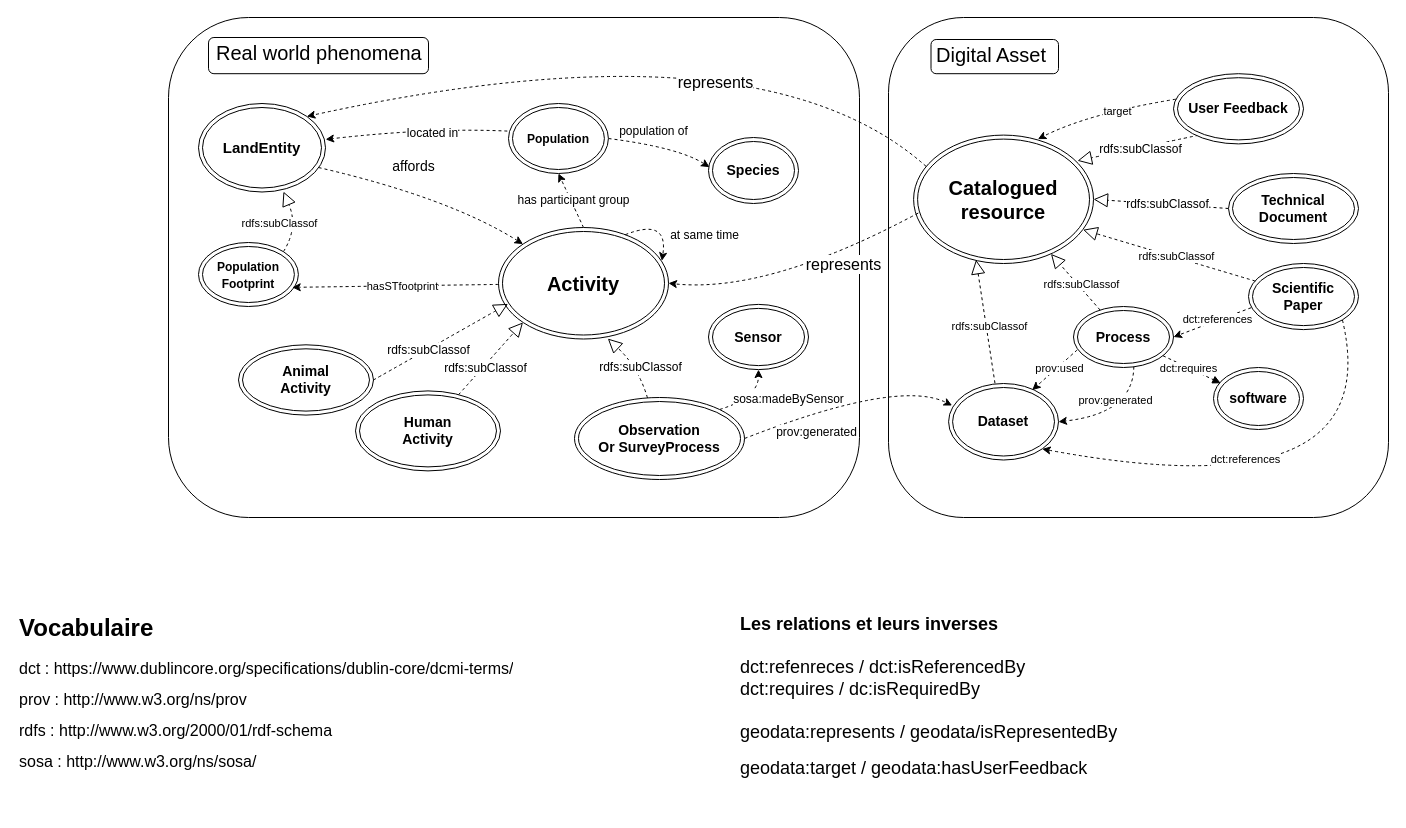
Above: page "Schema principal" (1 of 3) of docs/diagrams/model_KG_article_long.drawio in IntForOut/outdoorPressure (draw.io), before the change. Source tidied: cells renumbered, new cells numbered last; positions are measured from the earlier drawing's top-left corner, leaving out a move shared by most shapes. Both pictures are drawn from the tidied source at 100%, with x=0, y=0 at pixel (17, 17).
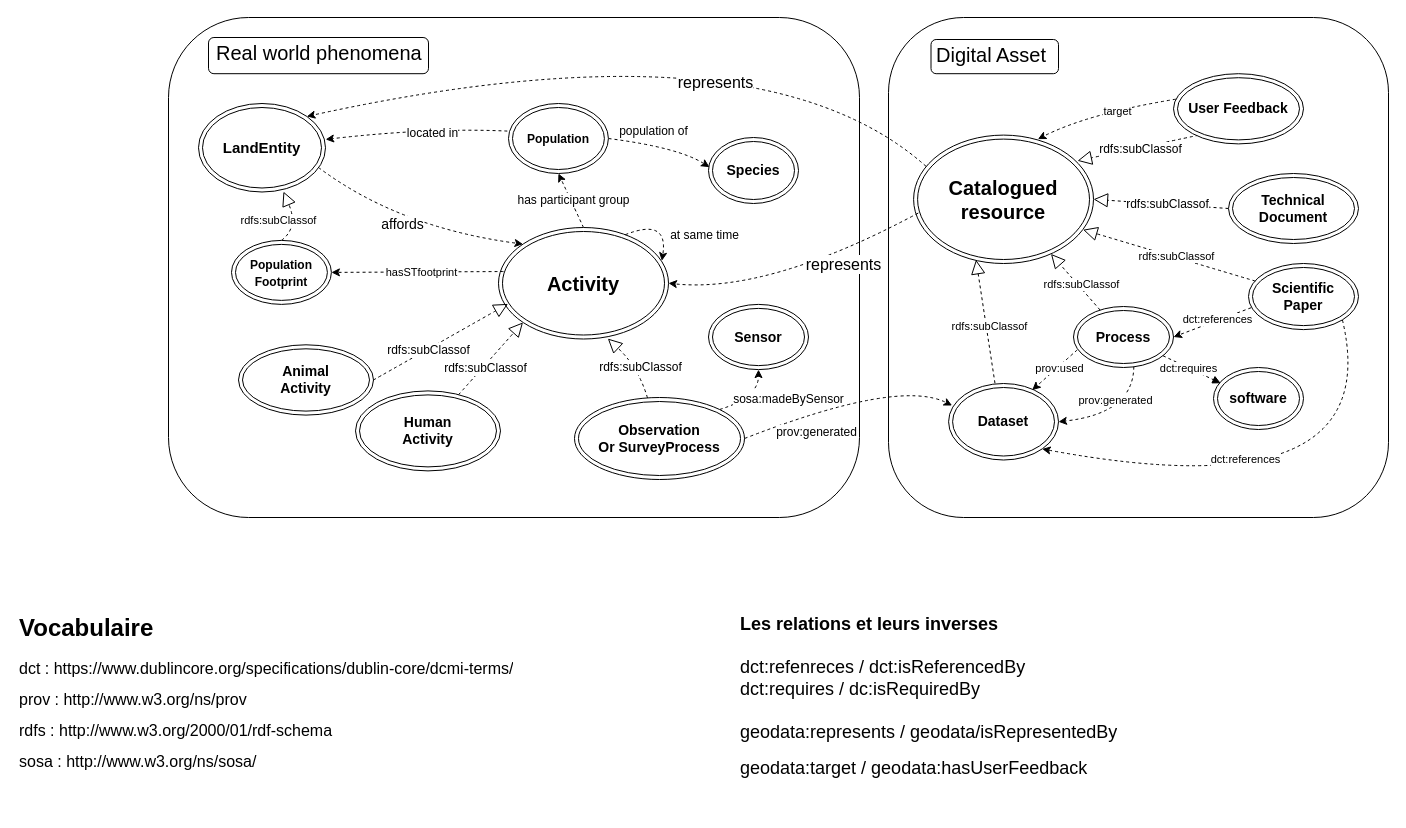
Above is the later version.

The change refers to these unchanged cells:
```xml
<mxCell id="18" value="&lt;b&gt;&lt;font style=&quot;font-size: 15px;&quot;&gt;LandEntity&lt;/font&gt;&lt;/b&gt;" style="ellipse;shape=doubleEllipse;whiteSpace=wrap;html=1;fontSize=14;" parent="1" vertex="1">
  <mxGeometry x="181" y="86" width="127" height="88.5" as="geometry" />
</mxCell>
<mxCell id="21" value="&lt;b&gt;&lt;font style=&quot;font-size: 20px;&quot;&gt;Activity&lt;/font&gt;&lt;/b&gt;" style="ellipse;shape=doubleEllipse;whiteSpace=wrap;html=1;fontSize=14;" parent="1" vertex="1">
  <mxGeometry x="481" y="210" width="170" height="111.5" as="geometry" />
</mxCell>
```

Diff of the diagram source:
```diff
@@
     <mxCell id="16" style="edgeStyle=none;html=1;rounded=0;curved=1;dashed=1;entryX=0;entryY=0;entryDx=0;entryDy=0;" parent="1" edge="1" target="21">
       <mxGeometry relative="1" as="geometry">
         <mxPoint x="301" y="150" as="sourcePoint" />
         <Array as="points">
-          <mxPoint x="431" y="180" />
+          <mxPoint x="381" y="210" />
         </Array>
       </mxGeometry>
     </mxCell>
     <mxCell id="17" value="&lt;span style=&quot;color: rgb(0, 0, 0);&quot;&gt;affords&lt;/span&gt;" style="edgeLabel;html=1;align=center;verticalAlign=middle;fontSize=14;" parent="16" vertex="1">
       <mxGeometry x="0.04" y="11" relative="1" as="geometry">
-        <mxPoint x="-20" y="-17" as="offset" />
+        <mxPoint x="-15" y="5" as="offset" />
       </mxGeometry>
     </mxCell>
@@
-    <mxCell id="70" style="edgeStyle=none;html=1;rounded=0;curved=1;dashed=1;endArrow=block;endFill=0;exitX=1;exitY=0;exitDx=0;exitDy=0;entryX=0.669;entryY=0.995;entryDx=0;entryDy=0;entryPerimeter=0;endSize=12;" parent="1" edge="1" source="72" target="18">
+    <mxCell id="70" style="edgeStyle=none;html=1;rounded=0;curved=1;dashed=1;endArrow=block;endFill=0;exitX=0.5;exitY=0;exitDx=0;exitDy=0;entryX=0.669;entryY=0.995;entryDx=0;entryDy=0;entryPerimeter=0;endSize=12;" parent="1" edge="1" source="72" target="18">
       <mxGeometry relative="1" as="geometry">
         <Array as="points">
           <mxPoint x="281" y="210" />
         </Array>
       </mxGeometry>
     </mxCell>
@@
     <mxCell id="72" value="&lt;b&gt;&lt;font style=&quot;font-size: 12px;&quot;&gt;Population&lt;/font&gt;&lt;/b&gt;&lt;div&gt;&lt;b&gt;&lt;font style=&quot;font-size: 12px;&quot;&gt;Footprint&lt;/font&gt;&lt;/b&gt;&lt;/div&gt;" style="ellipse;shape=doubleEllipse;whiteSpace=wrap;html=1;fontSize=14;" parent="1" vertex="1">
-      <mxGeometry x="181" y="225" width="99.9" height="64" as="geometry" />
+      <mxGeometry x="214" y="222.9" width="99.9" height="64" as="geometry" />
     </mxCell>
-    <mxCell id="73" style="edgeStyle=none;html=1;entryX=0.938;entryY=0.701;entryDx=0;entryDy=0;entryPerimeter=0;dashed=1;rounded=0;curved=1;" parent="1" edge="1" source="21" target="72">
+    <mxCell id="73" style="edgeStyle=none;html=1;entryX=1;entryY=0.5;entryDx=0;entryDy=0;dashed=1;rounded=0;curved=1;exitX=0.029;exitY=0.395;exitDx=0;exitDy=0;exitPerimeter=0;" parent="1" edge="1" source="21" target="72">
       <mxGeometry relative="1" as="geometry" />
     </mxCell>
```
